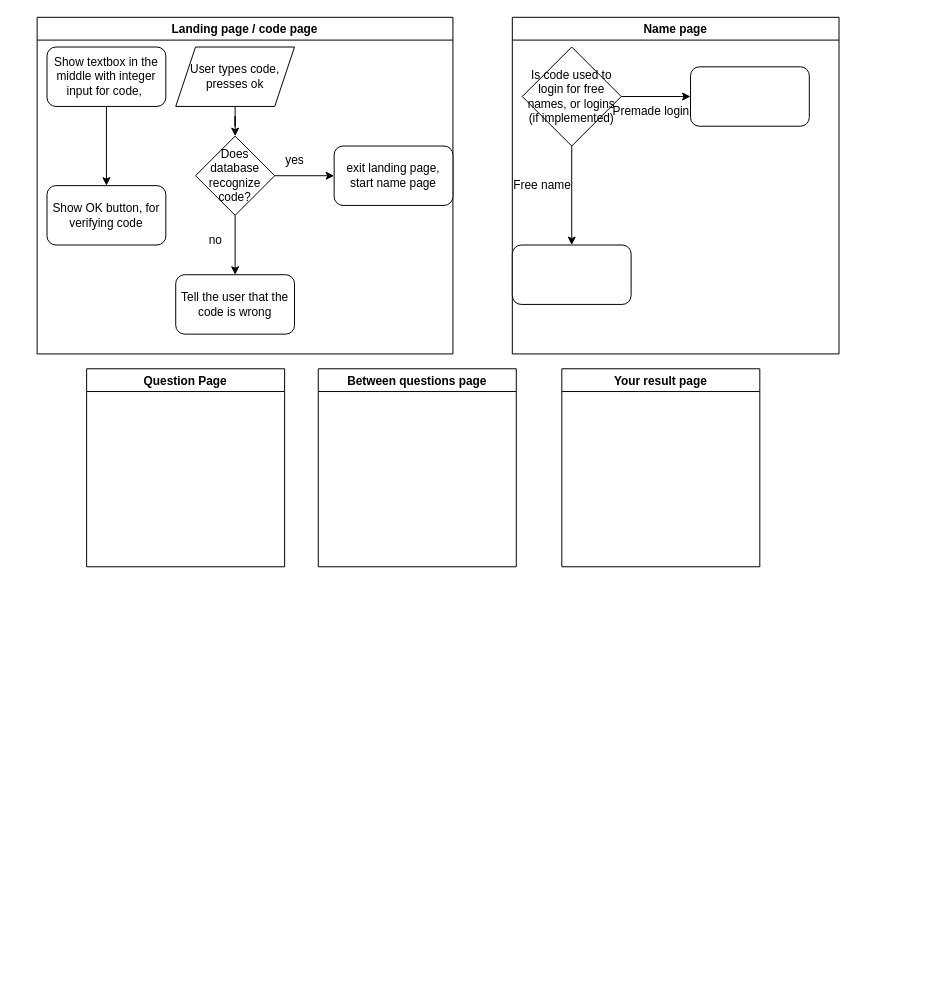
This is Hjemmeside Flowchart.drawio from ZeBoogie/Minieksamensprojekt, a draw.io file, before an edit. Source tidied: cells renumbered, new cells numbered last; positions are measured from the earlier drawing's top-left corner, leaving out a move shared by most shapes. Both pictures are drawn from the tidied source at 99%, with x=0, y=0 at pixel (37, 17).
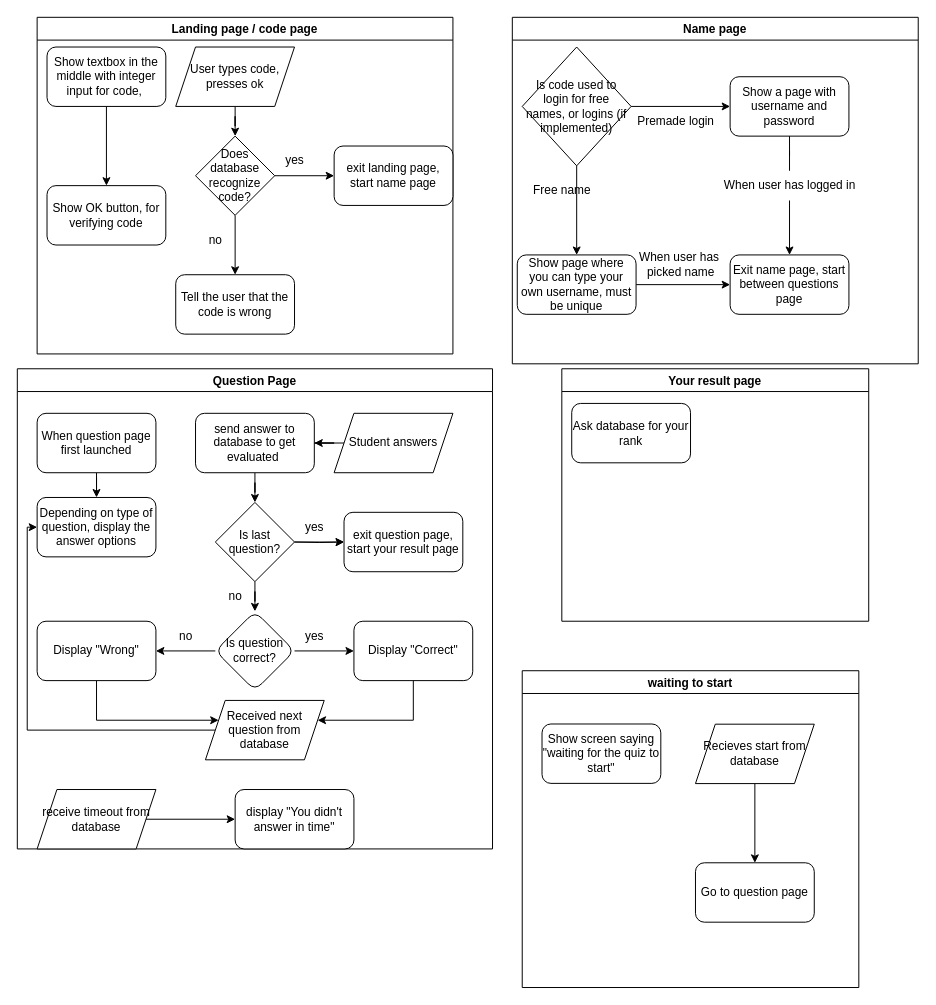
The same page after the edit.

Commit message (it also covers changes not shown here):
færdigt hjemmeside flowchart

The edit, as a diff of the source:
```diff
@@
     <mxCell id="15" value="Name page" style="swimlane;" parent="1" vertex="1">
-      <mxGeometry x="480" width="330" height="340" as="geometry" />
+      <mxGeometry x="480" width="410" height="350" as="geometry" />
     </mxCell>
@@
     <mxCell id="18" value="Is code used to login for free names, or logins (if implemented)" style="rhombus;whiteSpace=wrap;html=1;" parent="15" vertex="1">
-      <mxGeometry x="10" y="30" width="100" height="100" as="geometry" />
+      <mxGeometry x="10" y="30" width="110" height="120" as="geometry" />
     </mxCell>
+    <mxCell id="26" style="edgeStyle=orthogonalEdgeStyle;rounded=0;jettySize=auto;html=1;" parent="15" edge="1" source="19" target="28">
+      <mxGeometry relative="1" as="geometry" />
+    </mxCell>
-    <mxCell id="19" style="rounded=1;whiteSpace=wrap;html=1;" parent="15" vertex="1">
-      <mxGeometry y="230" width="120" height="60" as="geometry" />
+    <mxCell id="19" value="Show page where you can type your own username, must be unique" style="rounded=1;whiteSpace=wrap;html=1;" parent="15" vertex="1">
+      <mxGeometry x="5" y="240" width="120" height="60" as="geometry" />
     </mxCell>
+    <mxCell id="27" style="edgeStyle=orthogonalEdgeStyle;rounded=0;jettySize=auto;html=1;entryX=0.5;entryY=0;entryDx=0;entryDy=0;startArrow=none;" parent="15" edge="1" source="30" target="28">
+      <mxGeometry relative="1" as="geometry" />
+    </mxCell>
-    <mxCell id="20" style="rounded=1;whiteSpace=wrap;html=1;" parent="15" vertex="1">
-      <mxGeometry x="180" y="50" width="120" height="60" as="geometry" />
+    <mxCell id="20" value="Show a page with username and password" style="rounded=1;whiteSpace=wrap;html=1;" parent="15" vertex="1">
+      <mxGeometry x="220" y="60" width="120" height="60" as="geometry" />
     </mxCell>
     <mxCell id="21" value="Premade login" style="text;html=1;align=center;verticalAlign=middle;strokeColor=none;fillColor=none;" parent="15" vertex="1">
-      <mxGeometry x="90" y="80" width="100" height="30" as="geometry" />
+      <mxGeometry x="115" y="90" width="100" height="30" as="geometry" />
     </mxCell>
+    <mxCell id="28" value="Exit name page, start between questions page" style="rounded=1;whiteSpace=wrap;html=1;" parent="15" vertex="1">
+      <mxGeometry x="220" y="240" width="120" height="60" as="geometry" />
+    </mxCell>
+    <mxCell id="25" value="Free name" style="text;html=1;align=center;verticalAlign=middle;strokeColor=none;fillColor=none;" parent="15" vertex="1">
+      <mxGeometry x="10" y="160" width="80" height="30" as="geometry" />
+    </mxCell>
+    <mxCell id="29" value="When user has&amp;nbsp;&lt;br&gt;picked name" style="text;html=1;align=center;verticalAlign=middle;strokeColor=none;fillColor=none;" parent="15" vertex="1">
+      <mxGeometry x="115" y="230" width="110" height="40" as="geometry" />
+    </mxCell>
+    <mxCell id="30" value="When user has logged in" style="text;html=1;align=center;verticalAlign=middle;points=[];strokeColor=none;fillColor=none;" parent="15" vertex="1">
+      <mxGeometry x="200" y="155" width="160" height="30" as="geometry" />
+    </mxCell>
+    <mxCell id="31" style="edgeStyle=orthogonalEdgeStyle;rounded=0;jettySize=auto;html=1;entryX=0.5;entryY=0;entryDx=0;entryDy=0;endArrow=none;" parent="15" edge="1" source="20" target="30">
+      <mxGeometry relative="1" as="geometry" />
+    </mxCell>
     <mxCell id="22" value="Question Page" style="swimlane;" parent="1" vertex="1">
-      <mxGeometry x="50" y="355" width="200" height="200" as="geometry" />
+      <mxGeometry x="-20" y="355" width="480" height="485" as="geometry" />
     </mxCell>
+    <mxCell id="32" value="Depending on type of question, display the answer options" style="rounded=1;whiteSpace=wrap;html=1;" parent="22" vertex="1">
+      <mxGeometry x="20" y="130" width="120" height="60" as="geometry" />
+    </mxCell>
+    <mxCell id="33" style="edgeStyle=orthogonalEdgeStyle;rounded=0;jettySize=auto;html=1;entryX=1;entryY=0.5;entryDx=0;entryDy=0;" parent="22" edge="1" source="34" target="41">
+      <mxGeometry relative="1" as="geometry" />
+    </mxCell>
+    <mxCell id="34" value="Student answers" style="shape=parallelogram;perimeter=parallelogramPerimeter;whiteSpace=wrap;html=1;fixedSize=1;" parent="22" vertex="1">
+      <mxGeometry x="320" y="45" width="120" height="60" as="geometry" />
+    </mxCell>
+    <mxCell id="35" style="edgeStyle=orthogonalEdgeStyle;rounded=0;jettySize=auto;html=1;" parent="22" edge="1" target="37">
+      <mxGeometry relative="1" as="geometry">
+        <mxPoint x="280" y="175" as="sourcePoint" />
+      </mxGeometry>
+    </mxCell>
+    <mxCell id="36" style="edgeStyle=orthogonalEdgeStyle;rounded=0;jettySize=auto;html=1;exitX=1;exitY=0.5;exitDx=0;exitDy=0;" parent="22" edge="1" source="52" target="37">
+      <mxGeometry relative="1" as="geometry" />
+    </mxCell>
+    <mxCell id="37" value="exit question page, start your result page" style="rounded=1;whiteSpace=wrap;html=1;" parent="22" vertex="1">
+      <mxGeometry x="330" y="145" width="120" height="60" as="geometry" />
+    </mxCell>
+    <mxCell id="38" value="yes" style="text;html=1;align=center;verticalAlign=middle;strokeColor=none;fillColor=none;" parent="22" vertex="1">
+      <mxGeometry x="280" y="145" width="40" height="30" as="geometry" />
+    </mxCell>
+    <mxCell id="39" value="no" style="text;html=1;align=center;verticalAlign=middle;strokeColor=none;fillColor=none;" parent="22" vertex="1">
+      <mxGeometry x="150" y="255" width="40" height="30" as="geometry" />
+    </mxCell>
+    <mxCell id="40" style="edgeStyle=orthogonalEdgeStyle;rounded=0;jettySize=auto;html=1;entryX=0.5;entryY=0;entryDx=0;entryDy=0;" parent="22" edge="1" source="41" target="52">
+      <mxGeometry relative="1" as="geometry" />
+    </mxCell>
+    <mxCell id="41" value="send answer to database to get evaluated&amp;nbsp;" style="rounded=1;whiteSpace=wrap;html=1;" parent="22" vertex="1">
+      <mxGeometry x="180" y="45" width="120" height="60" as="geometry" />
+    </mxCell>
+    <mxCell id="42" style="edgeStyle=orthogonalEdgeStyle;rounded=0;jettySize=auto;html=1;" parent="22" edge="1" source="44" target="46">
+      <mxGeometry relative="1" as="geometry" />
+    </mxCell>
+    <mxCell id="43" style="edgeStyle=orthogonalEdgeStyle;rounded=0;jettySize=auto;html=1;" parent="22" edge="1" source="44" target="47">
+      <mxGeometry relative="1" as="geometry" />
+    </mxCell>
+    <mxCell id="44" value="Is question correct?" style="rhombus;whiteSpace=wrap;html=1;rounded=1;" parent="22" vertex="1">
+      <mxGeometry x="200" y="245" width="80" height="80" as="geometry" />
+    </mxCell>
+    <mxCell id="45" style="edgeStyle=orthogonalEdgeStyle;rounded=0;jettySize=auto;html=1;" parent="22" edge="1" source="46" target="56">
+      <mxGeometry relative="1" as="geometry">
+        <Array as="points">
+          <mxPoint x="80" y="355" />
+        </Array>
+      </mxGeometry>
+    </mxCell>
+    <mxCell id="46" value="Display &quot;Wrong&quot;" style="whiteSpace=wrap;html=1;rounded=1;" parent="22" vertex="1">
+      <mxGeometry x="20" y="255" width="120" height="60" as="geometry" />
+    </mxCell>
+    <mxCell id="47" value="Display &quot;Correct&quot;" style="whiteSpace=wrap;html=1;rounded=1;" parent="22" vertex="1">
+      <mxGeometry x="340" y="255" width="120" height="60" as="geometry" />
+    </mxCell>
+    <mxCell id="48" style="edgeStyle=orthogonalEdgeStyle;rounded=0;jettySize=auto;html=1;" parent="22" edge="1" source="49" target="50">
+      <mxGeometry relative="1" as="geometry" />
+    </mxCell>
+    <mxCell id="49" value="receive timeout from database" style="shape=parallelogram;perimeter=parallelogramPerimeter;whiteSpace=wrap;html=1;fixedSize=1;" parent="22" vertex="1">
+      <mxGeometry x="20" y="425" width="120" height="60" as="geometry" />
+    </mxCell>
+    <mxCell id="50" value="display &quot;You didn't answer in time&quot;" style="rounded=1;whiteSpace=wrap;html=1;" parent="22" vertex="1">
+      <mxGeometry x="220" y="425" width="120" height="60" as="geometry" />
+    </mxCell>
+    <mxCell id="51" style="edgeStyle=orthogonalEdgeStyle;rounded=0;jettySize=auto;html=1;" parent="22" edge="1" source="52" target="44">
+      <mxGeometry relative="1" as="geometry" />
+    </mxCell>
+    <mxCell id="52" value="Is last question?" style="rhombus;whiteSpace=wrap;html=1;" parent="22" vertex="1">
+      <mxGeometry x="200" y="135" width="80" height="80" as="geometry" />
+    </mxCell>
+    <mxCell id="53" value="no" style="text;html=1;align=center;verticalAlign=middle;strokeColor=none;fillColor=none;" parent="22" vertex="1">
+      <mxGeometry x="200" y="215" width="40" height="30" as="geometry" />
+    </mxCell>
+    <mxCell id="54" value="yes" style="text;html=1;align=center;verticalAlign=middle;strokeColor=none;fillColor=none;" parent="22" vertex="1">
+      <mxGeometry x="280" y="255" width="40" height="30" as="geometry" />
+    </mxCell>
+    <mxCell id="55" style="edgeStyle=orthogonalEdgeStyle;rounded=0;jettySize=auto;html=1;entryX=0;entryY=0.5;entryDx=0;entryDy=0;" parent="22" edge="1" source="56" target="32">
+      <mxGeometry relative="1" as="geometry">
+        <Array as="points">
+          <mxPoint x="10" y="365" />
+          <mxPoint x="10" y="160" />
+        </Array>
+      </mxGeometry>
+    </mxCell>
+    <mxCell id="56" value="Received next question from database" style="shape=parallelogram;perimeter=parallelogramPerimeter;whiteSpace=wrap;html=1;fixedSize=1;" parent="22" vertex="1">
+      <mxGeometry x="190" y="335" width="120" height="60" as="geometry" />
+    </mxCell>
+    <mxCell id="57" style="edgeStyle=orthogonalEdgeStyle;rounded=0;jettySize=auto;html=1;" parent="22" edge="1" source="47" target="56">
+      <mxGeometry relative="1" as="geometry">
+        <Array as="points">
+          <mxPoint x="400" y="355" />
+        </Array>
+      </mxGeometry>
+    </mxCell>
+    <mxCell id="58" style="edgeStyle=orthogonalEdgeStyle;rounded=0;jettySize=auto;html=1;" parent="22" edge="1" source="59" target="32">
+      <mxGeometry relative="1" as="geometry" />
+    </mxCell>
+    <mxCell id="59" value="When question page first launched" style="rounded=1;whiteSpace=wrap;html=1;" parent="22" vertex="1">
+      <mxGeometry x="20" y="45" width="120" height="60" as="geometry" />
+    </mxCell>
     <mxCell id="23" value="Your result page" style="swimlane;" parent="1" vertex="1">
-      <mxGeometry x="530" y="355" width="200" height="200" as="geometry" />
+      <mxGeometry x="530" y="355" width="310" height="255" as="geometry" />
     </mxCell>
+    <mxCell id="60" value="Ask database for your rank" style="rounded=1;whiteSpace=wrap;html=1;" parent="23" vertex="1">
+      <mxGeometry x="10" y="35" width="120" height="60" as="geometry" />
+    </mxCell>
-    <mxCell id="24" value="Between questions page" style="swimlane;" parent="1" vertex="1">
-      <mxGeometry x="284" y="355" width="200" height="200" as="geometry" />
+    <mxCell id="24" value="waiting to start" style="swimlane;" parent="1" vertex="1">
+      <mxGeometry x="490" y="660" width="340" height="320" as="geometry" />
     </mxCell>
-    <mxCell id="25" value="Free name" style="text;html=1;align=center;verticalAlign=middle;strokeColor=none;fillColor=none;" parent="1" vertex="1">
-      <mxGeometry x="470" y="155" width="80" height="30" as="geometry" />
-    </mxCell>
+    <mxCell id="61" value="Show screen saying &quot;waiting for the quiz to start&quot;" style="rounded=1;whiteSpace=wrap;html=1;" parent="24" vertex="1">
+      <mxGeometry x="20" y="53.8" width="120" height="60" as="geometry" />
+    </mxCell>
+    <mxCell id="62" style="edgeStyle=orthogonalEdgeStyle;rounded=0;jettySize=auto;html=1;" parent="24" edge="1" source="63" target="64">
+      <mxGeometry relative="1" as="geometry" />
+    </mxCell>
+    <mxCell id="63" value="Recieves start from database" style="shape=parallelogram;perimeter=parallelogramPerimeter;whiteSpace=wrap;html=1;fixedSize=1;" parent="24" vertex="1">
+      <mxGeometry x="175" y="54" width="120" height="60" as="geometry" />
+    </mxCell>
+    <mxCell id="64" value="Go to question page" style="rounded=1;whiteSpace=wrap;html=1;" parent="24" vertex="1">
+      <mxGeometry x="175" y="194" width="120" height="60" as="geometry" />
+    </mxCell>
```
